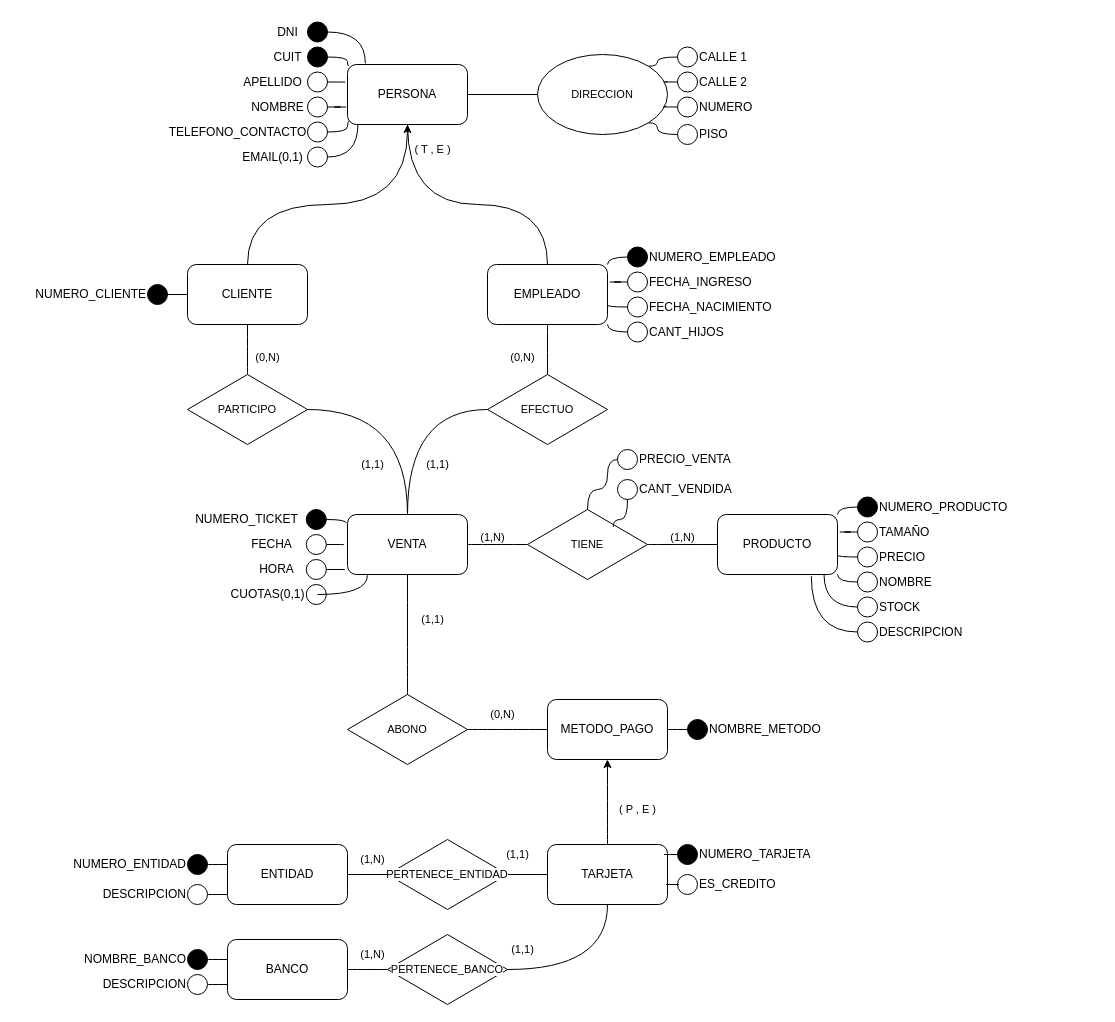
imnotsetro/DBD keeps this draw.io diagram as Practica_2 /Modelado_6.drawio. Above is the earlier version. Source tidied: cells renumbered, new cells numbered last; positions are measured from the earlier drawing's top-left corner, leaving out a move shared by most shapes. Both pictures are drawn from the tidied source at 100%, with x=0, y=0 at pixel (17, 16).
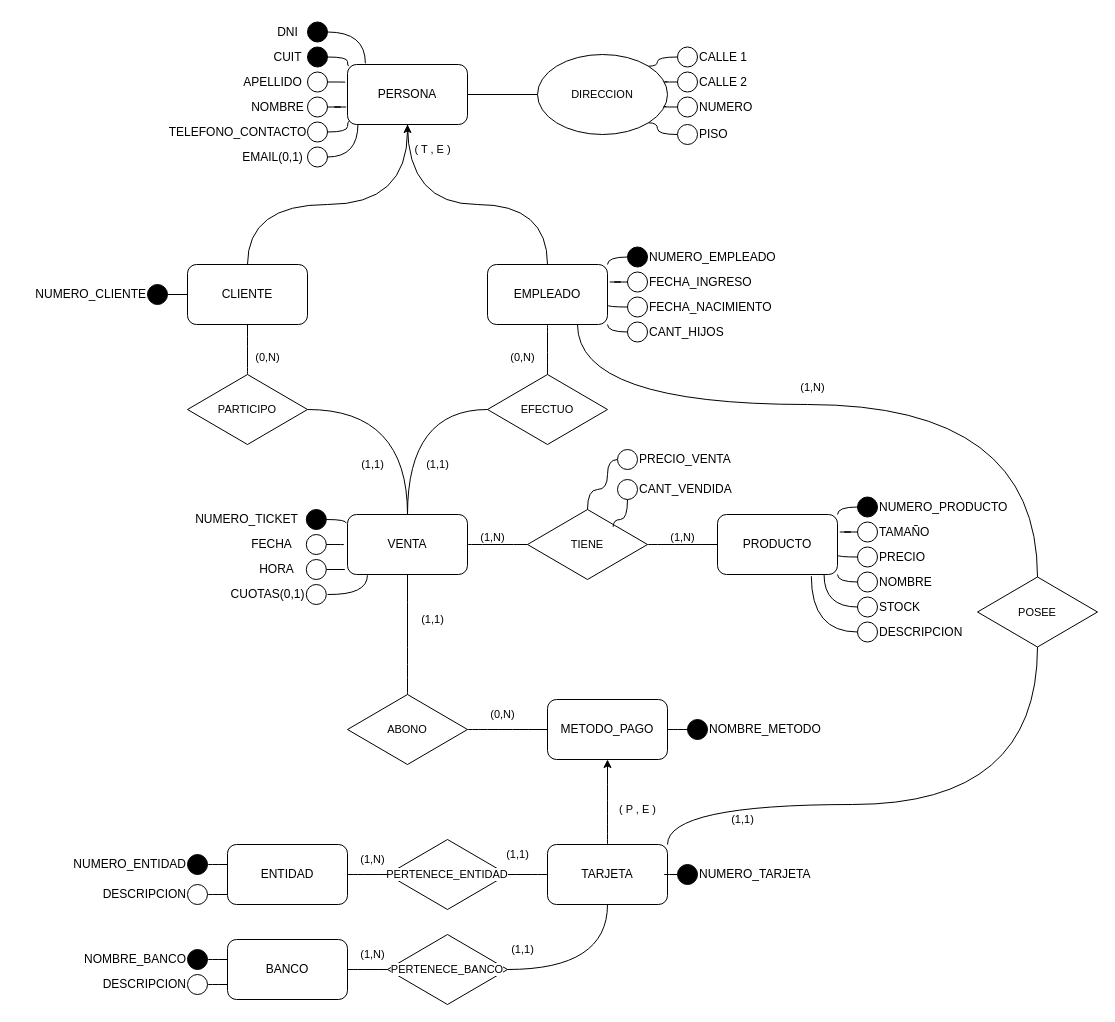
The same diagram, later.

Unchanged cells that the change refers to:
```xml
<mxCell id="37" value="EMPLEADO" style="rounded=1;whiteSpace=wrap;html=1;" parent="1" vertex="1">
  <mxGeometry x="470" y="248" width="120" height="60" as="geometry" />
</mxCell>
<mxCell id="76" value="VENTA" style="rounded=1;whiteSpace=wrap;html=1;" parent="1" vertex="1">
  <mxGeometry x="330" y="498" width="120" height="60" as="geometry" />
</mxCell>
<mxCell id="105" value="CUOTAS(0,1)" style="text;html=1;align=center;verticalAlign=middle;points=[];strokeColor=none;fillColor=none;" parent="1" vertex="1">
  <mxGeometry x="200" y="563" width="100" height="30" as="geometry" />
</mxCell>
<mxCell id="112" value="TARJETA" style="rounded=1;whiteSpace=wrap;html=1;" parent="1" vertex="1">
  <mxGeometry x="530" y="828" width="120" height="60" as="geometry" />
</mxCell>
```

The edit, as a diff of the source:
```diff
@@
-    <mxCell id="106" style="edgeStyle=orthogonalEdgeStyle;shape=connector;curved=1;rounded=0;jettySize=auto;html=1;entryX=0.166;entryY=1.013;entryDx=0;entryDy=0;entryPerimeter=0;strokeColor=default;align=center;verticalAlign=middle;fontFamily=Helvetica;fontSize=11;fontColor=default;labelBackgroundColor=default;endArrow=none;endFill=0;" parent="1" edge="1" source="105" target="76">
-      <mxGeometry relative="1" as="geometry" />
+    <mxCell id="106" style="edgeStyle=orthogonalEdgeStyle;shape=connector;curved=1;rounded=0;jettySize=auto;html=1;entryX=0.166;entryY=1.013;entryDx=0;entryDy=0;entryPerimeter=0;strokeColor=default;align=center;verticalAlign=middle;fontFamily=Helvetica;fontSize=11;fontColor=default;labelBackgroundColor=default;endArrow=none;endFill=0;" parent="1" edge="1" target="76">
+      <mxGeometry relative="1" as="geometry">
+        <mxPoint x="310" y="578" as="sourcePoint" />
+      </mxGeometry>
     </mxCell>
@@
-    <mxCell id="113" style="ellipse;whiteSpace=wrap;html=1;fillColor=#FFFFFF;" parent="1" vertex="1">
-      <mxGeometry x="660" y="858" width="20" height="20" as="geometry" />
-    </mxCell>
-    <mxCell id="114" value="ES_CREDITO" style="text;html=1;align=left;verticalAlign=middle;strokeColor=none;fillColor=none;" parent="1" vertex="1">
-      <mxGeometry x="680" y="853" width="100" height="30" as="geometry" />
-    </mxCell>
@@
     <mxCell id="146" style="edgeStyle=orthogonalEdgeStyle;shape=connector;curved=1;rounded=0;jettySize=auto;html=1;strokeColor=default;align=center;verticalAlign=middle;fontFamily=Helvetica;fontSize=11;fontColor=default;labelBackgroundColor=default;endArrow=none;endFill=0;" parent="1" edge="1" source="147">
       <mxGeometry relative="1" as="geometry">
-        <mxPoint x="650" y="838" as="targetPoint" />
+        <mxPoint x="650" y="858" as="targetPoint" />
       </mxGeometry>
     </mxCell>
     <mxCell id="147" style="ellipse;whiteSpace=wrap;html=1;fillColor=#000000;" parent="1" vertex="1">
-      <mxGeometry x="660" y="828" width="20" height="20" as="geometry" />
+      <mxGeometry x="660" y="848" width="20" height="20" as="geometry" />
     </mxCell>
     <mxCell id="148" value="NUMERO_TARJETA" style="text;html=1;align=left;verticalAlign=middle;strokeColor=none;fillColor=none;" parent="1" vertex="1">
-      <mxGeometry x="680" y="823" width="130" height="30" as="geometry" />
+      <mxGeometry x="680" y="843" width="130" height="30" as="geometry" />
     </mxCell>
-    <mxCell id="149" style="edgeStyle=orthogonalEdgeStyle;shape=connector;curved=1;rounded=0;jettySize=auto;html=1;entryX=1.006;entryY=0.667;entryDx=0;entryDy=0;entryPerimeter=0;strokeColor=default;align=center;verticalAlign=middle;fontFamily=Helvetica;fontSize=11;fontColor=default;labelBackgroundColor=default;endArrow=none;endFill=0;" parent="1" edge="1" source="113" target="112">
-      <mxGeometry relative="1" as="geometry" />
-    </mxCell>
+    <mxCell id="150" style="edgeStyle=orthogonalEdgeStyle;rounded=0;jettySize=auto;html=1;entryX=1;entryY=0;entryDx=0;entryDy=0;curved=1;endArrow=none;endFill=0;" parent="1" edge="1" source="152" target="112">
+      <mxGeometry relative="1" as="geometry">
+        <Array as="points">
+          <mxPoint x="1020" y="788" />
+          <mxPoint x="650" y="788" />
+        </Array>
+      </mxGeometry>
+    </mxCell>
+    <mxCell id="151" style="edgeStyle=orthogonalEdgeStyle;rounded=0;jettySize=auto;html=1;entryX=0.75;entryY=1;entryDx=0;entryDy=0;curved=1;endArrow=none;endFill=0;" parent="1" edge="1" source="152" target="37">
+      <mxGeometry relative="1" as="geometry">
+        <Array as="points">
+          <mxPoint x="1020" y="388" />
+          <mxPoint x="560" y="388" />
+        </Array>
+      </mxGeometry>
+    </mxCell>
+    <mxCell id="152" value="POSEE" style="rhombus;whiteSpace=wrap;html=1;fontFamily=Helvetica;fontSize=11;fontColor=default;labelBackgroundColor=default;" parent="1" vertex="1">
+      <mxGeometry x="960" y="560.5" width="120" height="70" as="geometry" />
+    </mxCell>
+    <mxCell id="153" value="(1,1)" style="text;html=1;align=center;verticalAlign=middle;strokeColor=none;fillColor=none;fontFamily=Helvetica;fontSize=11;fontColor=default;labelBackgroundColor=default;" parent="1" vertex="1">
+      <mxGeometry x="700" y="788" width="50" height="30" as="geometry" />
+    </mxCell>
+    <mxCell id="154" value="(1,N)" style="text;html=1;align=center;verticalAlign=middle;strokeColor=none;fillColor=none;fontFamily=Helvetica;fontSize=11;fontColor=default;labelBackgroundColor=default;" parent="1" vertex="1">
+      <mxGeometry x="770" y="355.5" width="50" height="30" as="geometry" />
+    </mxCell>
```
